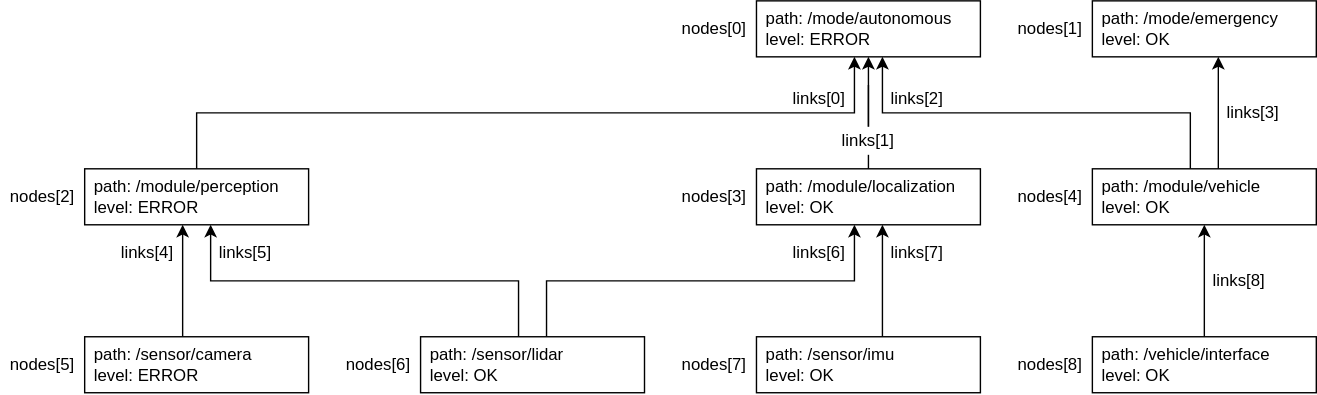
The draw.io diagram pr-665/design/autoware-interfaces/ad-api/features/diagnostics/tree.drawio.svg in hsule/autoware-documentation, before a commit. Source tidied: cells renumbered, new cells last; positions are measured from the earlier drawing's top-left corner, leaving out a move shared by most shapes. Source of this version:
```xml
<mxGraphModel>
  <root>
    <mxCell id="0" />
    <mxCell id="1" parent="0" />
    <mxCell id="2" value="path: /mode/autonomous&lt;br&gt;level: ERROR" style="rounded=0;whiteSpace=wrap;html=1;align=left;spacingLeft=5;" parent="1" vertex="1">
      <mxGeometry x="540" width="160" height="40" as="geometry" />
    </mxCell>
    <mxCell id="3" value="nodes[0]" style="text;html=1;align=center;verticalAlign=middle;whiteSpace=wrap;rounded=0;" parent="1" vertex="1">
      <mxGeometry x="480" y="10" width="60" height="20" as="geometry" />
    </mxCell>
    <mxCell id="4" value="path: /mode/emergency&lt;br style=&quot;border-color: var(--border-color);&quot;&gt;level: OK" style="rounded=0;whiteSpace=wrap;html=1;align=left;spacingLeft=5;" parent="1" vertex="1">
      <mxGeometry x="780" width="160" height="40" as="geometry" />
    </mxCell>
    <mxCell id="5" value="nodes[1]" style="text;html=1;align=center;verticalAlign=middle;whiteSpace=wrap;rounded=0;" parent="1" vertex="1">
      <mxGeometry x="720" y="10" width="60" height="20" as="geometry" />
    </mxCell>
    <mxCell id="6" style="edgeStyle=orthogonalEdgeStyle;rounded=0;html=1;startArrow=none;" parent="1" edge="1" source="32" target="2">
      <mxGeometry relative="1" as="geometry">
        <Array as="points">
          <mxPoint x="620" y="60" />
        </Array>
      </mxGeometry>
    </mxCell>
    <mxCell id="7" value="path: /module/localization&lt;br&gt;level: OK" style="rounded=0;whiteSpace=wrap;html=1;align=left;spacingLeft=5;" parent="1" vertex="1">
      <mxGeometry x="540" y="120" width="160" height="40" as="geometry" />
    </mxCell>
    <mxCell id="8" style="edgeStyle=orthogonalEdgeStyle;rounded=0;html=1;" parent="1" edge="1" source="10" target="2">
      <mxGeometry relative="1" as="geometry">
        <Array as="points">
          <mxPoint x="850" y="80" />
          <mxPoint x="630" y="80" />
        </Array>
      </mxGeometry>
    </mxCell>
    <mxCell id="9" style="edgeStyle=orthogonalEdgeStyle;rounded=0;html=1;" parent="1" edge="1" source="10" target="4">
      <mxGeometry relative="1" as="geometry">
        <Array as="points">
          <mxPoint x="870" y="80" />
          <mxPoint x="870" y="80" />
        </Array>
      </mxGeometry>
    </mxCell>
    <mxCell id="10" value="path: /module/vehicle&lt;br&gt;level: OK" style="rounded=0;whiteSpace=wrap;html=1;align=left;spacingLeft=5;" parent="1" vertex="1">
      <mxGeometry x="780" y="120" width="160" height="40" as="geometry" />
    </mxCell>
    <mxCell id="11" style="edgeStyle=orthogonalEdgeStyle;rounded=0;html=1;" parent="1" edge="1" source="13" target="17">
      <mxGeometry relative="1" as="geometry">
        <Array as="points">
          <mxPoint x="370" y="200" />
          <mxPoint x="150" y="200" />
        </Array>
      </mxGeometry>
    </mxCell>
    <mxCell id="12" style="edgeStyle=orthogonalEdgeStyle;rounded=0;html=1;" parent="1" edge="1" source="13" target="7">
      <mxGeometry relative="1" as="geometry">
        <Array as="points">
          <mxPoint x="390" y="200" />
          <mxPoint x="610" y="200" />
        </Array>
      </mxGeometry>
    </mxCell>
    <mxCell id="13" value="path: /sensor/lidar&lt;br&gt;level: OK" style="rounded=0;whiteSpace=wrap;html=1;align=left;spacingLeft=5;" parent="1" vertex="1">
      <mxGeometry x="300" y="240" width="160" height="40" as="geometry" />
    </mxCell>
    <mxCell id="14" style="edgeStyle=orthogonalEdgeStyle;rounded=0;html=1;" parent="1" edge="1" source="15" target="10">
      <mxGeometry relative="1" as="geometry" />
    </mxCell>
    <mxCell id="15" value="path: /vehicle/interface&lt;br&gt;level: OK" style="rounded=0;whiteSpace=wrap;html=1;align=left;spacingLeft=5;" parent="1" vertex="1">
      <mxGeometry x="780" y="240" width="160" height="40" as="geometry" />
    </mxCell>
    <mxCell id="16" style="edgeStyle=orthogonalEdgeStyle;rounded=0;html=1;" parent="1" edge="1" source="17" target="2">
      <mxGeometry relative="1" as="geometry">
        <Array as="points">
          <mxPoint x="140" y="80" />
          <mxPoint x="610" y="80" />
        </Array>
      </mxGeometry>
    </mxCell>
    <mxCell id="17" value="path: /module/perception&lt;br&gt;level: ERROR" style="rounded=0;whiteSpace=wrap;html=1;align=left;spacingLeft=5;" parent="1" vertex="1">
      <mxGeometry x="60" y="120" width="160" height="40" as="geometry" />
    </mxCell>
    <mxCell id="18" style="edgeStyle=orthogonalEdgeStyle;rounded=0;html=1;" parent="1" edge="1" source="19" target="7">
      <mxGeometry relative="1" as="geometry">
        <Array as="points">
          <mxPoint x="630" y="200" />
          <mxPoint x="630" y="200" />
        </Array>
      </mxGeometry>
    </mxCell>
    <mxCell id="19" value="path: /sensor/imu&lt;br&gt;level: OK" style="rounded=0;whiteSpace=wrap;html=1;align=left;spacingLeft=5;" parent="1" vertex="1">
      <mxGeometry x="540" y="240" width="160" height="40" as="geometry" />
    </mxCell>
    <mxCell id="20" style="edgeStyle=orthogonalEdgeStyle;rounded=0;html=1;" parent="1" edge="1" source="21" target="17">
      <mxGeometry relative="1" as="geometry">
        <Array as="points">
          <mxPoint x="130" y="210" />
          <mxPoint x="130" y="210" />
        </Array>
      </mxGeometry>
    </mxCell>
    <mxCell id="21" value="path: /sensor/camera&lt;br&gt;level: ERROR" style="rounded=0;whiteSpace=wrap;html=1;align=left;spacingLeft=5;" parent="1" vertex="1">
      <mxGeometry x="60" y="240" width="160" height="40" as="geometry" />
    </mxCell>
    <mxCell id="22" value="nodes[2]" style="text;html=1;align=center;verticalAlign=middle;whiteSpace=wrap;rounded=0;" parent="1" vertex="1">
      <mxGeometry y="130" width="60" height="20" as="geometry" />
    </mxCell>
    <mxCell id="23" value="nodes[3]" style="text;html=1;align=center;verticalAlign=middle;whiteSpace=wrap;rounded=0;" parent="1" vertex="1">
      <mxGeometry x="480" y="130" width="60" height="20" as="geometry" />
    </mxCell>
    <mxCell id="24" value="nodes[4]" style="text;html=1;align=center;verticalAlign=middle;whiteSpace=wrap;rounded=0;" parent="1" vertex="1">
      <mxGeometry x="720" y="130" width="60" height="20" as="geometry" />
    </mxCell>
    <mxCell id="25" value="nodes[5]" style="text;html=1;align=center;verticalAlign=middle;whiteSpace=wrap;rounded=0;" parent="1" vertex="1">
      <mxGeometry y="250" width="60" height="20" as="geometry" />
    </mxCell>
    <mxCell id="26" value="nodes[6]" style="text;html=1;align=center;verticalAlign=middle;whiteSpace=wrap;rounded=0;" parent="1" vertex="1">
      <mxGeometry x="240" y="250" width="60" height="20" as="geometry" />
    </mxCell>
    <mxCell id="27" value="nodes[7]" style="text;html=1;align=center;verticalAlign=middle;whiteSpace=wrap;rounded=0;" parent="1" vertex="1">
      <mxGeometry x="480" y="250" width="60" height="20" as="geometry" />
    </mxCell>
    <mxCell id="28" value="nodes[8]" style="text;html=1;align=center;verticalAlign=middle;whiteSpace=wrap;rounded=0;" parent="1" vertex="1">
      <mxGeometry x="720" y="250" width="60" height="20" as="geometry" />
    </mxCell>
    <mxCell id="29" value="links[0]" style="text;html=1;align=center;verticalAlign=middle;whiteSpace=wrap;rounded=0;" parent="1" vertex="1">
      <mxGeometry x="560" y="60" width="50" height="20" as="geometry" />
    </mxCell>
    <mxCell id="30" value="links[2]" style="text;html=1;align=center;verticalAlign=middle;whiteSpace=wrap;rounded=0;" parent="1" vertex="1">
      <mxGeometry x="630" y="60" width="50" height="20" as="geometry" />
    </mxCell>
    <mxCell id="31" style="edgeStyle=orthogonalEdgeStyle;rounded=0;html=1;endArrow=none;" parent="1" edge="1" source="7" target="32">
      <mxGeometry relative="1" as="geometry">
        <Array as="points">
          <mxPoint x="620" y="60" />
        </Array>
      </mxGeometry>
    </mxCell>
    <mxCell id="32" value="links[1]" style="text;html=1;align=center;verticalAlign=middle;whiteSpace=wrap;rounded=0;fillColor=default;" parent="1" vertex="1">
      <mxGeometry x="595" y="90" width="50" height="20" as="geometry" />
    </mxCell>
    <mxCell id="33" value="links[3]" style="text;html=1;align=center;verticalAlign=middle;whiteSpace=wrap;rounded=0;" parent="1" vertex="1">
      <mxGeometry x="870" y="70" width="50" height="20" as="geometry" />
    </mxCell>
    <mxCell id="34" value="links[4]" style="text;html=1;align=center;verticalAlign=middle;whiteSpace=wrap;rounded=0;" parent="1" vertex="1">
      <mxGeometry x="80" y="170" width="50" height="20" as="geometry" />
    </mxCell>
    <mxCell id="35" value="links[5]" style="text;html=1;align=center;verticalAlign=middle;whiteSpace=wrap;rounded=0;" parent="1" vertex="1">
      <mxGeometry x="150" y="170" width="50" height="20" as="geometry" />
    </mxCell>
    <mxCell id="36" value="links[6]" style="text;html=1;align=center;verticalAlign=middle;whiteSpace=wrap;rounded=0;" parent="1" vertex="1">
      <mxGeometry x="560" y="170" width="50" height="20" as="geometry" />
    </mxCell>
    <mxCell id="37" value="links[7]" style="text;html=1;align=center;verticalAlign=middle;whiteSpace=wrap;rounded=0;" parent="1" vertex="1">
      <mxGeometry x="630" y="170" width="50" height="20" as="geometry" />
    </mxCell>
    <mxCell id="38" value="links[8]" style="text;html=1;align=center;verticalAlign=middle;whiteSpace=wrap;rounded=0;" parent="1" vertex="1">
      <mxGeometry x="860" y="190" width="50" height="20" as="geometry" />
    </mxCell>
  </root>
</mxGraphModel>
```
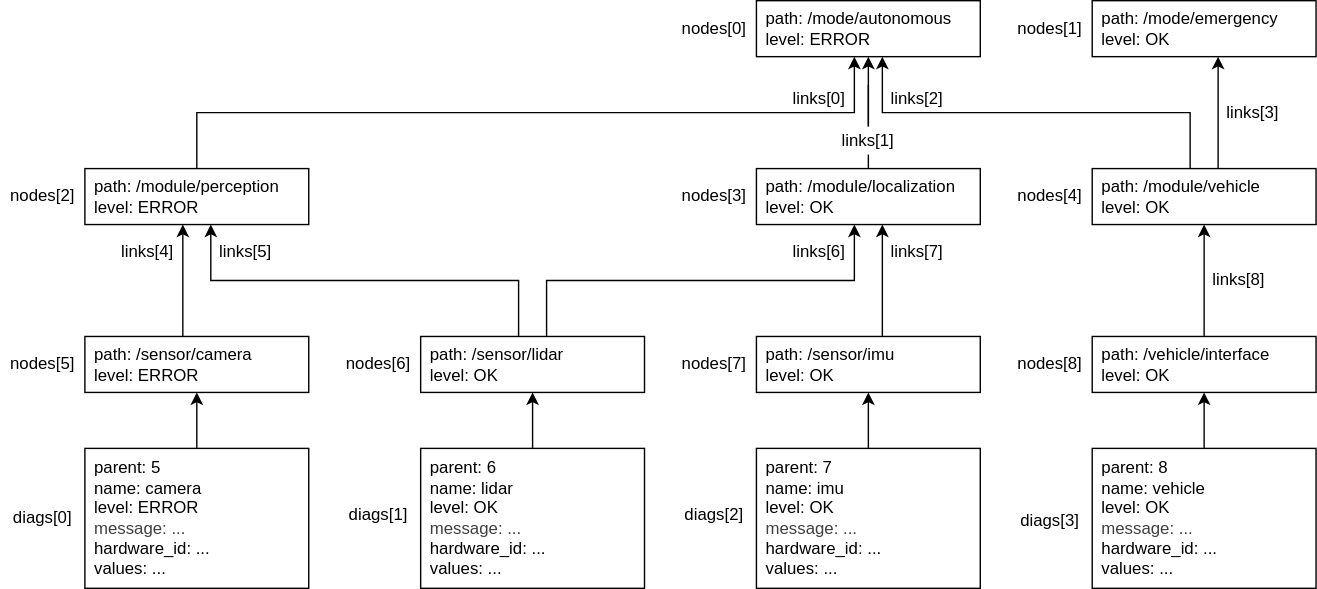
Above is the later version.

What changed in the source:
```diff
@@ -156,5 +156,41 @@
     <mxCell id="38" value="links[8]" style="text;html=1;align=center;verticalAlign=middle;whiteSpace=wrap;rounded=0;" parent="1" vertex="1">
       <mxGeometry x="860" y="190" width="50" height="20" as="geometry" />
     </mxCell>
+    <mxCell id="39" style="edgeStyle=none;html=1;" parent="1" edge="1" source="40" target="21">
+      <mxGeometry relative="1" as="geometry" />
+    </mxCell>
+    <mxCell id="40" value="&lt;span style=&quot;color: rgb(0, 0, 0);&quot;&gt;parent: 5&lt;/span&gt;&lt;br style=&quot;scrollbar-color: light-dark(#e2e2e2, #4b4b4b)&lt;br/&gt;&#9;&#9;&#9;&#9;&#9;light-dark(#fbfbfb, var(--dark-panel-color));&quot;&gt;name: camera&lt;div&gt;level: ERROR&lt;div&gt;&lt;span style=&quot;color: rgb(63, 63, 63);&quot;&gt;message: ...&lt;/span&gt;&lt;font color=&quot;#000000&quot;&gt;&lt;br&gt;&lt;/font&gt;&lt;div&gt;hardware_id: ...&lt;/div&gt;&lt;div&gt;values: ...&lt;/div&gt;&lt;/div&gt;&lt;/div&gt;" style="rounded=0;whiteSpace=wrap;html=1;align=left;spacingLeft=5;" parent="1" vertex="1">
+      <mxGeometry x="60" y="320" width="160" height="100" as="geometry" />
+    </mxCell>
+    <mxCell id="41" style="edgeStyle=none;html=1;" parent="1" edge="1" source="42" target="13">
+      <mxGeometry relative="1" as="geometry" />
+    </mxCell>
+    <mxCell id="42" value="&lt;span style=&quot;color: rgb(0, 0, 0);&quot;&gt;parent: 6&lt;/span&gt;&lt;br style=&quot;scrollbar-color: light-dark(#e2e2e2, #4b4b4b)&lt;br/&gt;&#9;&#9;&#9;&#9;&#9;light-dark(#fbfbfb, var(--dark-panel-color));&quot;&gt;name: lidar&lt;div&gt;level: OK&lt;div&gt;&lt;span style=&quot;color: rgb(63, 63, 63);&quot;&gt;message: ...&lt;/span&gt;&lt;font color=&quot;#000000&quot;&gt;&lt;br&gt;&lt;/font&gt;&lt;div&gt;hardware_id: ...&lt;/div&gt;&lt;div&gt;values: ...&lt;/div&gt;&lt;/div&gt;&lt;/div&gt;" style="rounded=0;whiteSpace=wrap;html=1;align=left;spacingLeft=5;" parent="1" vertex="1">
+      <mxGeometry x="300" y="320" width="160" height="100" as="geometry" />
+    </mxCell>
+    <mxCell id="43" style="edgeStyle=none;html=1;" parent="1" edge="1" source="44" target="19">
+      <mxGeometry relative="1" as="geometry" />
+    </mxCell>
+    <mxCell id="44" value="&lt;span style=&quot;color: rgb(0, 0, 0);&quot;&gt;parent: 7&lt;/span&gt;&lt;br style=&quot;scrollbar-color: light-dark(#e2e2e2, #4b4b4b)&lt;br/&gt;&#9;&#9;&#9;&#9;&#9;light-dark(#fbfbfb, var(--dark-panel-color));&quot;&gt;name: imu&lt;br&gt;&lt;div&gt;level: OK&lt;div&gt;&lt;span style=&quot;color: rgb(63, 63, 63);&quot;&gt;message: ...&lt;/span&gt;&lt;font color=&quot;#000000&quot;&gt;&lt;br&gt;&lt;/font&gt;&lt;div&gt;hardware_id: ...&lt;/div&gt;&lt;div&gt;values: ...&lt;/div&gt;&lt;/div&gt;&lt;/div&gt;" style="rounded=0;whiteSpace=wrap;html=1;align=left;spacingLeft=5;" parent="1" vertex="1">
+      <mxGeometry x="540" y="320" width="160" height="100" as="geometry" />
+    </mxCell>
+    <mxCell id="45" style="edgeStyle=none;html=1;" parent="1" edge="1" source="46" target="15">
+      <mxGeometry relative="1" as="geometry" />
+    </mxCell>
+    <mxCell id="46" value="&lt;span style=&quot;color: rgb(0, 0, 0);&quot;&gt;parent: 8&lt;/span&gt;&lt;br style=&quot;scrollbar-color: light-dark(#e2e2e2, #4b4b4b)&lt;br/&gt;&#9;&#9;&#9;&#9;&#9;light-dark(#fbfbfb, var(--dark-panel-color));&quot;&gt;name: vehicle&lt;div&gt;level: OK&lt;div&gt;&lt;span style=&quot;color: rgb(63, 63, 63);&quot;&gt;message: ...&lt;/span&gt;&lt;font color=&quot;#000000&quot;&gt;&lt;br&gt;&lt;/font&gt;&lt;div&gt;hardware_id: ...&lt;/div&gt;&lt;div&gt;values: ...&lt;/div&gt;&lt;/div&gt;&lt;/div&gt;" style="rounded=0;whiteSpace=wrap;html=1;align=left;spacingLeft=5;" parent="1" vertex="1">
+      <mxGeometry x="780" y="320" width="160" height="100" as="geometry" />
+    </mxCell>
+    <mxCell id="47" value="diags[0]" style="text;html=1;align=center;verticalAlign=middle;whiteSpace=wrap;rounded=0;" parent="1" vertex="1">
+      <mxGeometry y="360" width="60" height="20" as="geometry" />
+    </mxCell>
+    <mxCell id="48" value="diags[1]" style="text;html=1;align=center;verticalAlign=middle;whiteSpace=wrap;rounded=0;" parent="1" vertex="1">
+      <mxGeometry x="240" y="358" width="60" height="20" as="geometry" />
+    </mxCell>
+    <mxCell id="49" value="diags[2]" style="text;html=1;align=center;verticalAlign=middle;whiteSpace=wrap;rounded=0;" parent="1" vertex="1">
+      <mxGeometry x="480" y="358" width="60" height="20" as="geometry" />
+    </mxCell>
+    <mxCell id="50" value="diags[3]" style="text;html=1;align=center;verticalAlign=middle;whiteSpace=wrap;rounded=0;" parent="1" vertex="1">
+      <mxGeometry x="720" y="362" width="60" height="20" as="geometry" />
+    </mxCell>
   </root>
 </mxGraphModel>
```
